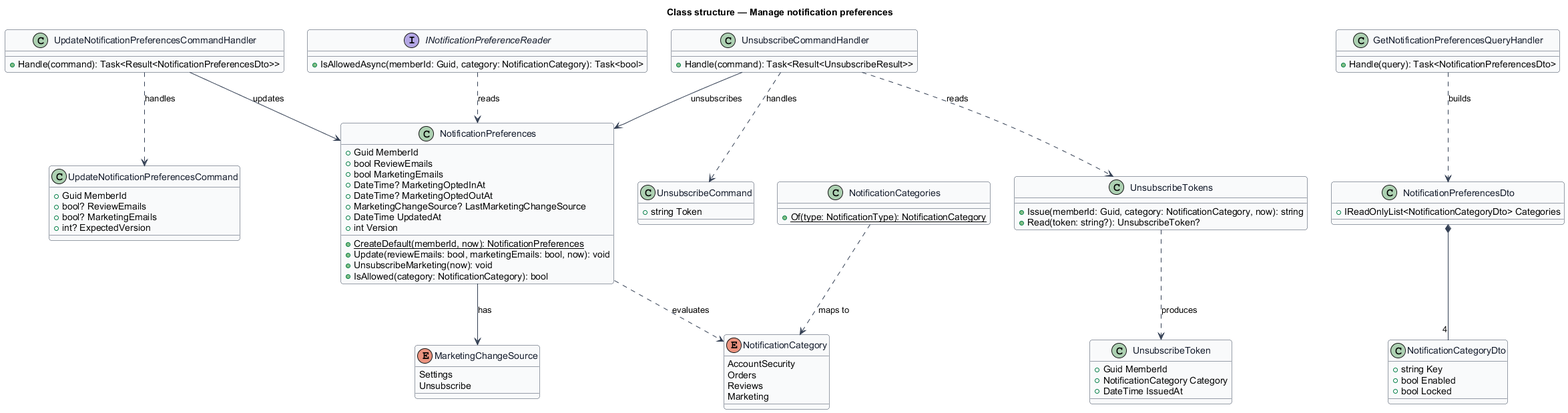
QuinntyneBrown/sycapooke keeps this PlantUML diagram as docs/detailed-designs/notifications/manage-notification-preferences/diagrams/class-structure.png. Above is the earlier version. The source it was exported from:
```plantuml
@startuml
skinparam backgroundColor #FFFFFF
skinparam shadowing false
skinparam roundcorner 8
skinparam defaultFontName Arial
skinparam ArrowColor #344054
skinparam class {
  BorderColor #344054
  FontColor #101828
  BackgroundColor #F9FAFB
}
title Class structure — Manage notification preferences

enum NotificationCategory {
  AccountSecurity
  Orders
  Reviews
  Marketing
}

enum MarketingChangeSource {
  Settings
  Unsubscribe
}

class NotificationPreferences {
  +Guid MemberId
  +bool ReviewEmails
  +bool MarketingEmails
  +DateTime? MarketingOptedInAt
  +DateTime? MarketingOptedOutAt
  +MarketingChangeSource? LastMarketingChangeSource
  +DateTime UpdatedAt
  +int Version
  +{static} CreateDefault(memberId, now): NotificationPreferences
  +Update(reviewEmails: bool, marketingEmails: bool, now): void
  +UnsubscribeMarketing(now): void
  +IsAllowed(category: NotificationCategory): bool
}

class NotificationPreferencesDto {
  +IReadOnlyList<NotificationCategoryDto> Categories
}

class NotificationCategoryDto {
  +string Key
  +bool Enabled
  +bool Locked
}

class UpdateNotificationPreferencesCommand {
  +Guid MemberId
  +bool? ReviewEmails
  +bool? MarketingEmails
  +int? ExpectedVersion
}

class UpdateNotificationPreferencesCommandHandler {
  +Handle(command): Task<Result<NotificationPreferencesDto>>
}

class UnsubscribeCommand {
  +string Token
}

class UnsubscribeCommandHandler {
  +Handle(command): Task<Result<UnsubscribeResult>>
}

class GetNotificationPreferencesQueryHandler {
  +Handle(query): Task<NotificationPreferencesDto>
}

class UnsubscribeTokens {
  +Issue(memberId: Guid, category: NotificationCategory, now): string
  +Read(token: string?): UnsubscribeToken?
}

class UnsubscribeToken {
  +Guid MemberId
  +NotificationCategory Category
  +DateTime IssuedAt
}

class NotificationCategories {
  +{static} Of(type: NotificationType): NotificationCategory
}

interface INotificationPreferenceReader {
  +IsAllowedAsync(memberId: Guid, category: NotificationCategory): Task<bool>
}

NotificationPreferences ..> NotificationCategory : evaluates
NotificationPreferences --> MarketingChangeSource : has
NotificationPreferencesDto *-- "4" NotificationCategoryDto
UpdateNotificationPreferencesCommandHandler ..> UpdateNotificationPreferencesCommand : handles
UpdateNotificationPreferencesCommandHandler --> NotificationPreferences : updates
UnsubscribeCommandHandler ..> UnsubscribeCommand : handles
UnsubscribeCommandHandler ..> UnsubscribeTokens : reads
UnsubscribeCommandHandler --> NotificationPreferences : unsubscribes
GetNotificationPreferencesQueryHandler ..> NotificationPreferencesDto : builds
UnsubscribeTokens ..> UnsubscribeToken : produces
NotificationCategories ..> NotificationCategory : maps to
INotificationPreferenceReader ..> NotificationPreferences : reads
@enduml
```
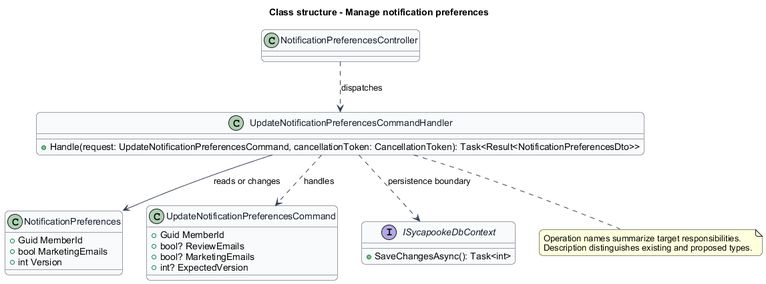
After the change.

What changed in the source:
```diff
@@ -1,105 +1,40 @@
 @startuml
 skinparam backgroundColor #FFFFFF
 skinparam shadowing false
-skinparam roundcorner 8
+skinparam roundcorner 12
 skinparam defaultFontName Arial
 skinparam ArrowColor #344054
+title Class structure - Manage notification preferences
 skinparam class {
-  BorderColor #344054
-  FontColor #101828
-  BackgroundColor #F9FAFB
+ BorderColor #344054
+ FontColor #101828
+ BackgroundColor #F9FAFB
 }
-title Class structure — Manage notification preferences
-
-enum NotificationCategory {
-  AccountSecurity
-  Orders
-  Reviews
-  Marketing
+class "NotificationPreferencesController" as Entry {
 }
-
-enum MarketingChangeSource {
-  Settings
-  Unsubscribe
+class "UpdateNotificationPreferencesCommandHandler" as Handler {
+ +Handle(request: UpdateNotificationPreferencesCommand, cancellationToken: CancellationToken): Task<Result<NotificationPreferencesDto>>
 }
-
-class NotificationPreferences {
-  +Guid MemberId
-  +bool ReviewEmails
-  +bool MarketingEmails
-  +DateTime? MarketingOptedInAt
-  +DateTime? MarketingOptedOutAt
-  +MarketingChangeSource? LastMarketingChangeSource
-  +DateTime UpdatedAt
-  +int Version
-  +{static} CreateDefault(memberId, now): NotificationPreferences
-  +Update(reviewEmails: bool, marketingEmails: bool, now): void
-  +UnsubscribeMarketing(now): void
-  +IsAllowed(category: NotificationCategory): bool
+class "NotificationPreferences" as Model {
+ +Guid MemberId
+ +bool MarketingEmails
+ +int Version
 }
-
-class NotificationPreferencesDto {
-  +IReadOnlyList<NotificationCategoryDto> Categories
+class "UpdateNotificationPreferencesCommand" as Request {
+ +Guid MemberId
+ +bool? ReviewEmails
+ +bool? MarketingEmails
+ +int? ExpectedVersion
 }
-
-class NotificationCategoryDto {
-  +string Key
-  +bool Enabled
-  +bool Locked
+Handler ..> Request : handles
+Entry ..> Handler : dispatches
+Handler --> Model : reads or changes
+interface ISycapookeDbContext {
+ +SaveChangesAsync(): Task<int>
 }
-
-class UpdateNotificationPreferencesCommand {
-  +Guid MemberId
-  +bool? ReviewEmails
-  +bool? MarketingEmails
-  +int? ExpectedVersion
-}
-
-class UpdateNotificationPreferencesCommandHandler {
-  +Handle(command): Task<Result<NotificationPreferencesDto>>
-}
-
-class UnsubscribeCommand {
-  +string Token
-}
-
-class UnsubscribeCommandHandler {
-  +Handle(command): Task<Result<UnsubscribeResult>>
-}
-
-class GetNotificationPreferencesQueryHandler {
-  +Handle(query): Task<NotificationPreferencesDto>
-}
-
-class UnsubscribeTokens {
-  +Issue(memberId: Guid, category: NotificationCategory, now): string
-  +Read(token: string?): UnsubscribeToken?
-}
-
-class UnsubscribeToken {
-  +Guid MemberId
-  +NotificationCategory Category
-  +DateTime IssuedAt
-}
-
-class NotificationCategories {
-  +{static} Of(type: NotificationType): NotificationCategory
-}
-
-interface INotificationPreferenceReader {
-  +IsAllowedAsync(memberId: Guid, category: NotificationCategory): Task<bool>
-}
-
-NotificationPreferences ..> NotificationCategory : evaluates
-NotificationPreferences --> MarketingChangeSource : has
-NotificationPreferencesDto *-- "4" NotificationCategoryDto
-UpdateNotificationPreferencesCommandHandler ..> UpdateNotificationPreferencesCommand : handles
-UpdateNotificationPreferencesCommandHandler --> NotificationPreferences : updates
-UnsubscribeCommandHandler ..> UnsubscribeCommand : handles
-UnsubscribeCommandHandler ..> UnsubscribeTokens : reads
-UnsubscribeCommandHandler --> NotificationPreferences : unsubscribes
-GetNotificationPreferencesQueryHandler ..> NotificationPreferencesDto : builds
-UnsubscribeTokens ..> UnsubscribeToken : produces
-NotificationCategories ..> NotificationCategory : maps to
-INotificationPreferenceReader ..> NotificationPreferences : reads
+Handler ..> ISycapookeDbContext : persistence boundary
+note bottom of Handler
+Operation names summarize target responsibilities.
+Description distinguishes existing and proposed types.
+end note
 @enduml
```
